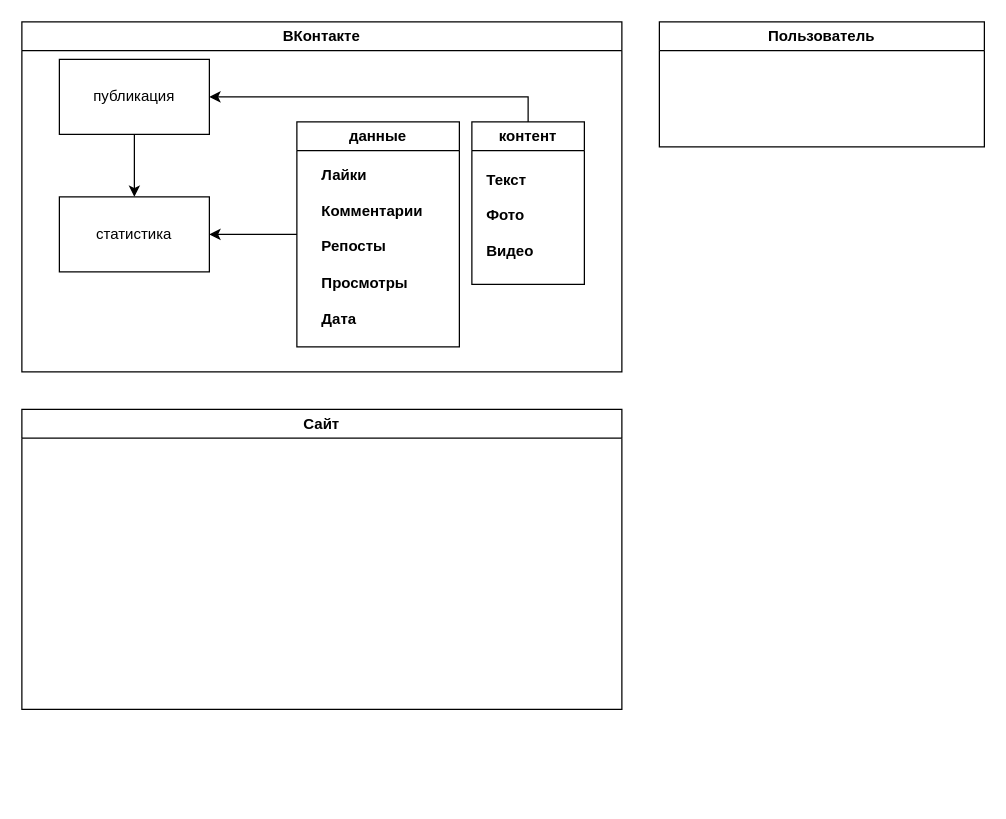
Earlier version of the draw.io diagram мпо.drawio (l-voff/metods_rep). Source tidied: cells renumbered, new cells numbered last; positions are measured from the earlier drawing's top-left corner, leaving out a move shared by most shapes. Both pictures are drawn from the tidied source at 125%, with x=0, y=0 at pixel (21, 21).
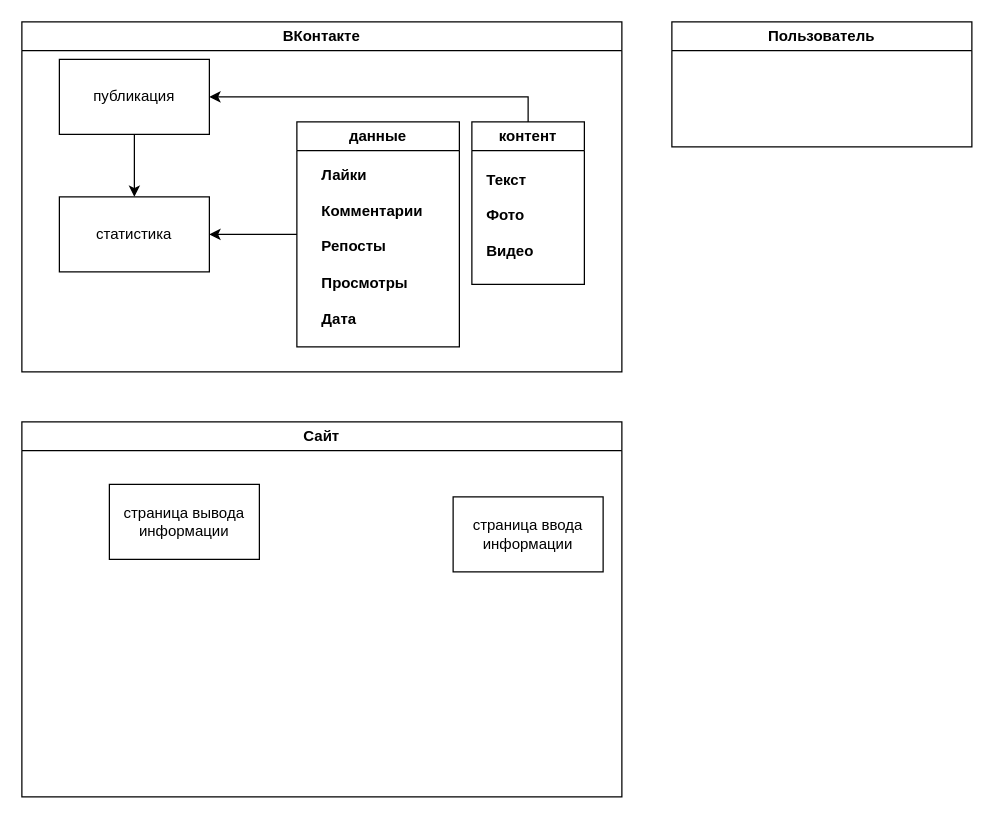
The same page after the edit.

The edit, as a diff of the source:
```diff
@@
 <mxGraphModel>
   <root>
     <mxCell id="0" />
     <mxCell id="1" parent="0" />
     <mxCell id="2" value="Пользователь" style="swimlane;whiteSpace=wrap;html=1;" parent="1" vertex="1">
-      <mxGeometry x="510" width="260" height="100" as="geometry" />
+      <mxGeometry x="520" width="240" height="100" as="geometry" />
     </mxCell>
     <mxCell id="3" value="Сайт" style="swimlane;whiteSpace=wrap;html=1;" parent="1" vertex="1">
-      <mxGeometry y="310" width="480" height="240" as="geometry" />
+      <mxGeometry y="320" width="480" height="300" as="geometry" />
     </mxCell>
+    <mxCell id="14" value="страница вывода информации" style="rounded=0;whiteSpace=wrap;html=1;" parent="3" vertex="1">
+      <mxGeometry x="70" y="50" width="120" height="60" as="geometry" />
+    </mxCell>
+    <mxCell id="15" value="страница ввода информации" style="rounded=0;whiteSpace=wrap;html=1;" parent="3" vertex="1">
+      <mxGeometry x="345" y="60" width="120" height="60" as="geometry" />
+    </mxCell>
     <mxCell id="4" value="ВКонтакте" style="swimlane;whiteSpace=wrap;html=1;" parent="1" vertex="1">
       <mxGeometry width="480" height="280" as="geometry" />
     </mxCell>
     <mxCell id="5" style="edgeStyle=orthogonalEdgeStyle;rounded=0;jettySize=auto;html=1;exitX=0.5;exitY=1;exitDx=0;exitDy=0;entryX=0.5;entryY=0;entryDx=0;entryDy=0;" parent="4" edge="1" source="6" target="10">
       <mxGeometry relative="1" as="geometry" />
     </mxCell>
     <mxCell id="6" value="публикация" style="rounded=0;whiteSpace=wrap;html=1;" parent="4" vertex="1">
       <mxGeometry x="30" y="30" width="120" height="60" as="geometry" />
     </mxCell>
     <mxCell id="7" style="edgeStyle=orthogonalEdgeStyle;rounded=0;jettySize=auto;html=1;exitX=0.5;exitY=0;exitDx=0;exitDy=0;entryX=1;entryY=0.5;entryDx=0;entryDy=0;" parent="4" edge="1" source="8" target="6">
       <mxGeometry relative="1" as="geometry" />
     </mxCell>
     <mxCell id="8" value="контент" style="swimlane;whiteSpace=wrap;html=1;" parent="4" vertex="1">
       <mxGeometry x="360" y="80" width="90" height="130" as="geometry" />
     </mxCell>
     <mxCell id="9" value="&lt;b&gt;Текст&lt;br&gt;&lt;br&gt;Фото&lt;br&gt;&lt;br&gt;Видео&lt;/b&gt;" style="text;html=1;align=left;verticalAlign=middle;strokeColor=none;fillColor=none;" parent="8" vertex="1">
       <mxGeometry x="10" y="30" width="60" height="90" as="geometry" />
     </mxCell>
     <mxCell id="10" value="статистика" style="rounded=0;whiteSpace=wrap;html=1;" parent="4" vertex="1">
       <mxGeometry x="30" y="140" width="120" height="60" as="geometry" />
     </mxCell>
     <mxCell id="11" style="edgeStyle=orthogonalEdgeStyle;rounded=0;jettySize=auto;html=1;exitX=0;exitY=0.5;exitDx=0;exitDy=0;entryX=1;entryY=0.5;entryDx=0;entryDy=0;" parent="4" edge="1" source="12" target="10">
       <mxGeometry relative="1" as="geometry" />
     </mxCell>
     <mxCell id="12" value="данные" style="swimlane;whiteSpace=wrap;html=1;" parent="4" vertex="1">
       <mxGeometry x="220" y="80" width="130" height="180" as="geometry" />
     </mxCell>
     <mxCell id="13" value="&lt;div style=&quot;text-align: left;&quot;&gt;&lt;b style=&quot;background-color: initial;&quot;&gt;Лайки&lt;/b&gt;&lt;/div&gt;&lt;div style=&quot;text-align: left;&quot;&gt;&lt;b&gt;&lt;br&gt;&lt;/b&gt;&lt;/div&gt;&lt;b&gt;Комментарии&lt;/b&gt;&lt;br&gt;&lt;br&gt;&lt;div style=&quot;text-align: left;&quot;&gt;&lt;b style=&quot;background-color: initial;&quot;&gt;Репосты&lt;/b&gt;&lt;/div&gt;&lt;br&gt;&lt;div style=&quot;text-align: left;&quot;&gt;&lt;b style=&quot;background-color: initial;&quot;&gt;Просмотры&lt;/b&gt;&lt;/div&gt;&lt;div style=&quot;text-align: left;&quot;&gt;&lt;b style=&quot;background-color: initial;&quot;&gt;&lt;br&gt;&lt;/b&gt;&lt;/div&gt;&lt;div style=&quot;text-align: left;&quot;&gt;&lt;b style=&quot;background-color: initial;&quot;&gt;Дата&lt;/b&gt;&lt;/div&gt;" style="text;html=1;align=center;verticalAlign=middle;strokeColor=none;fillColor=none;" parent="12" vertex="1">
       <mxGeometry x="10" y="30" width="100" height="140" as="geometry" />
     </mxCell>
   </root>
 </mxGraphModel>
```
